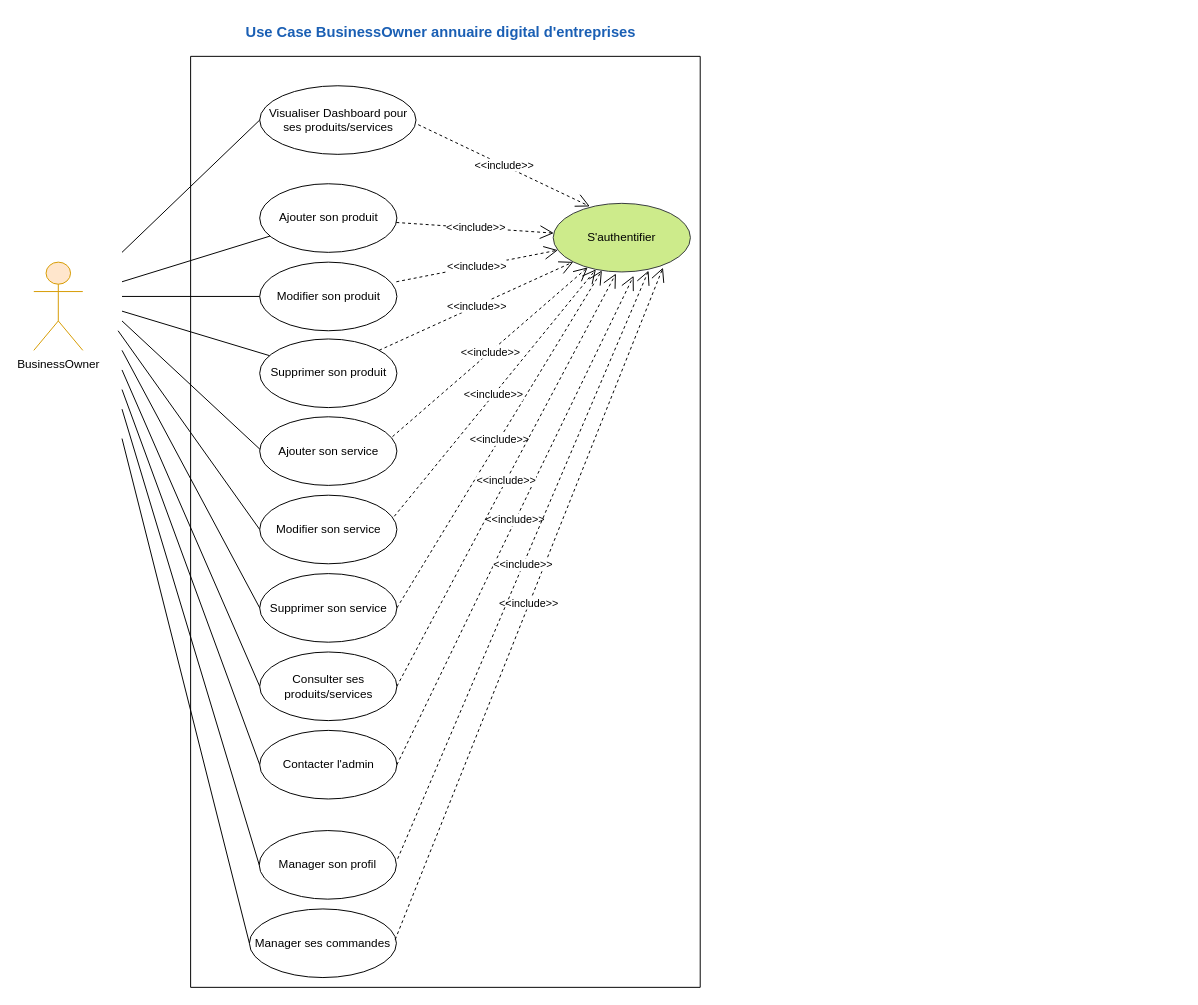
The draw.io diagram 3. UseCase_BusinessOwner.drawio in amine-elarass49/angular_doc, before the edit. Source tidied: cells renumbered, new cells numbered last; positions are measured from the earlier drawing's top-left corner, leaving out a move shared by most shapes. Both pictures are drawn from the tidied source at 98%, with x=0, y=0 at pixel (33, 17).
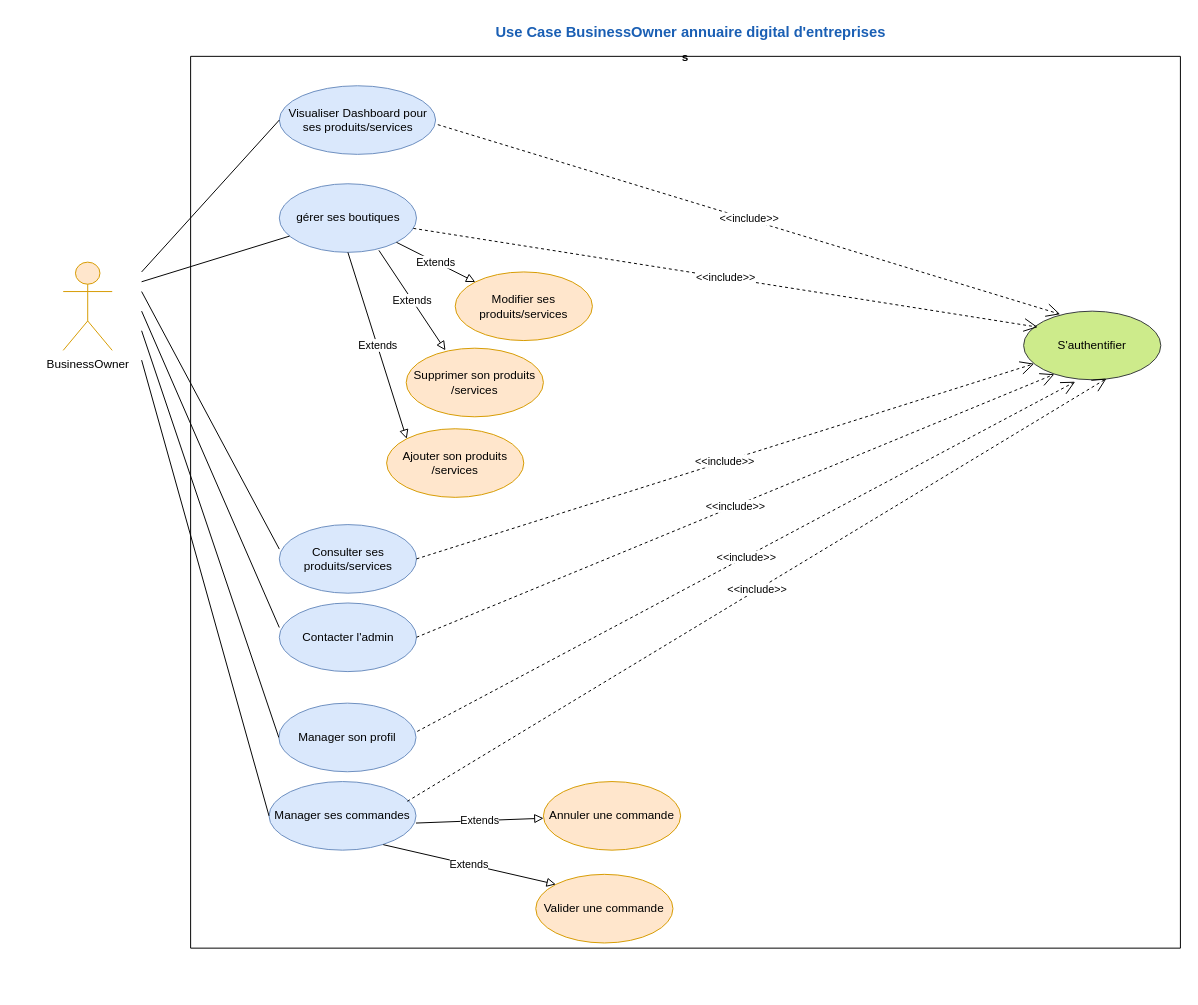
After the change.

Change to the diagram source:
```diff
@@
-    <mxCell id="2" style="swimlane;startSize=0;" parent="1" vertex="1">
-      <mxGeometry x="160" y="40" width="520" height="950" as="geometry" />
+    <mxCell id="2" value="s" style="swimlane;startSize=0;" parent="1" vertex="1">
+      <mxGeometry x="160" y="40" width="1010" height="910" as="geometry" />
     </mxCell>
-    <mxCell id="3" value="BusinessOwner" style="shape=umlActor;verticalLabelPosition=bottom;verticalAlign=top;html=1;fillColor=#ffe6cc;strokeColor=#d79b00;" parent="2" vertex="1">
-      <mxGeometry x="-160" y="210" width="50" height="90" as="geometry" />
-    </mxCell>
     <mxCell id="4" value="S'authentifier" style="ellipse;whiteSpace=wrap;html=1;fillColor=#cdeb8b;strokeColor=#36393d;" parent="2" vertex="1">
-      <mxGeometry x="370" y="150" width="140" height="70" as="geometry" />
+      <mxGeometry x="850" y="260" width="140" height="70" as="geometry" />
     </mxCell>
-    <mxCell id="5" value="&amp;lt;&amp;lt;include&amp;gt;&amp;gt;" style="endArrow=open;endSize=12;dashed=1;html=1;rounded=0;exitX=1;exitY=0.5;exitDx=0;exitDy=0;" parent="2" edge="1" source="13" target="4">
-      <mxGeometry relative="1" as="geometry" />
-    </mxCell>
-    <mxCell id="6" value="&amp;lt;&amp;lt;include&amp;gt;&amp;gt;" style="endArrow=open;endSize=12;dashed=1;html=1;rounded=0;exitX=0.954;exitY=0.374;exitDx=0;exitDy=0;exitPerimeter=0;" parent="2" edge="1" source="12" target="4">
-      <mxGeometry relative="1" as="geometry" />
-    </mxCell>
-    <mxCell id="7" value="&amp;lt;&amp;lt;include&amp;gt;&amp;gt;" style="endArrow=open;endSize=12;dashed=1;html=1;rounded=0;exitX=0.968;exitY=0.289;exitDx=0;exitDy=0;exitPerimeter=0;" parent="2" edge="1" source="11" target="4">
-      <mxGeometry relative="1" as="geometry" />
-    </mxCell>
-    <mxCell id="8" value="Ajouter son produit" style="ellipse;whiteSpace=wrap;html=1;" parent="2" vertex="1">
-      <mxGeometry x="70.5" y="130" width="140" height="70" as="geometry" />
+    <mxCell id="8" value="gérer ses boutiques" style="ellipse;whiteSpace=wrap;html=1;fillColor=#dae8fc;strokeColor=#6c8ebf;" parent="2" vertex="1">
+      <mxGeometry x="90.5" y="130" width="140" height="70" as="geometry" />
     </mxCell>
-    <mxCell id="9" value="Modifier son produit" style="ellipse;whiteSpace=wrap;html=1;" parent="2" vertex="1">
-      <mxGeometry x="70.5" y="210" width="140" height="70" as="geometry" />
+    <mxCell id="9" value="Modifier ses produits/services" style="ellipse;whiteSpace=wrap;html=1;fillColor=#ffe6cc;strokeColor=#d79b00;" parent="2" vertex="1">
+      <mxGeometry x="270" y="220" width="140" height="70" as="geometry" />
     </mxCell>
-    <mxCell id="10" value="&lt;div&gt;Supprimer son produit&lt;/div&gt;" style="ellipse;whiteSpace=wrap;html=1;" parent="2" vertex="1">
-      <mxGeometry x="70.5" y="288.4" width="140" height="70" as="geometry" />
+    <mxCell id="10" value="&lt;div&gt;Supprimer son produits&lt;/div&gt;/services" style="ellipse;whiteSpace=wrap;html=1;fillColor=#ffe6cc;strokeColor=#d79b00;" parent="2" vertex="1">
+      <mxGeometry x="220" y="297.8" width="140" height="70" as="geometry" />
     </mxCell>
-    <mxCell id="11" value="Ajouter&amp;nbsp;son service" style="ellipse;whiteSpace=wrap;html=1;" parent="2" vertex="1">
-      <mxGeometry x="70.5" y="367.8" width="140" height="70" as="geometry" />
-    </mxCell>
-    <mxCell id="12" value="Modifier son service" style="ellipse;whiteSpace=wrap;html=1;" parent="2" vertex="1">
-      <mxGeometry x="70.5" y="447.8" width="140" height="70" as="geometry" />
-    </mxCell>
-    <mxCell id="13" value="Supprimer son service" style="ellipse;whiteSpace=wrap;html=1;" parent="2" vertex="1">
-      <mxGeometry x="70.5" y="527.8" width="140" height="70" as="geometry" />
-    </mxCell>
-    <mxCell id="14" value="Consulter ses produits/services" style="ellipse;whiteSpace=wrap;html=1;" parent="2" vertex="1">
-      <mxGeometry x="70.5" y="607.8" width="140" height="70" as="geometry" />
+    <mxCell id="14" value="Consulter ses produits/services" style="ellipse;whiteSpace=wrap;html=1;fillColor=#dae8fc;strokeColor=#6c8ebf;" parent="2" vertex="1">
+      <mxGeometry x="90.5" y="477.8" width="140" height="70" as="geometry" />
     </mxCell>
-    <mxCell id="15" value="Contacter l'admin" style="ellipse;whiteSpace=wrap;html=1;" parent="2" vertex="1">
-      <mxGeometry x="70.5" y="687.8" width="140" height="70" as="geometry" />
+    <mxCell id="15" value="Contacter l'admin" style="ellipse;whiteSpace=wrap;html=1;fillColor=#dae8fc;strokeColor=#6c8ebf;" parent="2" vertex="1">
+      <mxGeometry x="90.5" y="557.8" width="140" height="70" as="geometry" />
     </mxCell>
     <mxCell id="16" style="endArrow=none;html=1;rounded=0;entryX=0;entryY=0.5;entryDx=0;entryDy=0;" parent="2" edge="1">
       <mxGeometry relative="1" as="geometry">
-        <mxPoint x="-70" y="320" as="sourcePoint" />
-        <mxPoint x="70.5" y="642.8" as="targetPoint" />
+        <mxPoint x="-50" y="240" as="sourcePoint" />
+        <mxPoint x="90.5" y="502.8" as="targetPoint" />
       </mxGeometry>
     </mxCell>
     <mxCell id="17" style="endArrow=none;html=1;rounded=0;entryX=0;entryY=0.5;entryDx=0;entryDy=0;" parent="2" edge="1">
       <mxGeometry relative="1" as="geometry">
-        <mxPoint x="-70" y="340" as="sourcePoint" />
-        <mxPoint x="70.5" y="722.8" as="targetPoint" />
+        <mxPoint x="-50" y="260" as="sourcePoint" />
+        <mxPoint x="90.5" y="582.8" as="targetPoint" />
       </mxGeometry>
     </mxCell>
-    <mxCell id="18" style="endArrow=none;html=1;rounded=0;entryX=0;entryY=0.5;entryDx=0;entryDy=0;" parent="2" edge="1">
-      <mxGeometry relative="1" as="geometry">
-        <mxPoint x="-74" y="280" as="sourcePoint" />
-        <mxPoint x="70.5" y="482.8" as="targetPoint" />
-      </mxGeometry>
-    </mxCell>
-    <mxCell id="19" style="endArrow=none;html=1;rounded=0;entryX=0;entryY=0.5;entryDx=0;entryDy=0;" parent="2" edge="1">
-      <mxGeometry relative="1" as="geometry">
-        <mxPoint x="-70" y="300" as="sourcePoint" />
-        <mxPoint x="70.5" y="562.8" as="targetPoint" />
-      </mxGeometry>
-    </mxCell>
-    <mxCell id="20" style="endArrow=none;html=1;rounded=0;" parent="2" edge="1">
-      <mxGeometry relative="1" as="geometry">
-        <mxPoint x="-70" y="270" as="sourcePoint" />
-        <mxPoint x="70.7" y="400.9" as="targetPoint" />
-      </mxGeometry>
-    </mxCell>
-    <mxCell id="21" style="endArrow=none;html=1;rounded=0;" parent="2" edge="1" target="10">
-      <mxGeometry relative="1" as="geometry">
-        <mxPoint x="-70" y="260" as="sourcePoint" />
-      </mxGeometry>
-    </mxCell>
-    <mxCell id="22" value="&amp;lt;&amp;lt;include&amp;gt;&amp;gt;" style="endArrow=open;endSize=12;dashed=1;html=1;rounded=0;entryX=0;entryY=1;entryDx=0;entryDy=0;" parent="2" edge="1" source="10" target="4">
-      <mxGeometry relative="1" as="geometry" />
-    </mxCell>
-    <mxCell id="23" value="&amp;lt;&amp;lt;include&amp;gt;&amp;gt;" style="endArrow=open;endSize=12;dashed=1;html=1;rounded=0;exitX=0.996;exitY=0.286;exitDx=0;exitDy=0;exitPerimeter=0;" parent="2" edge="1" source="9" target="4">
-      <mxGeometry relative="1" as="geometry" />
-    </mxCell>
-    <mxCell id="24" value="&amp;lt;&amp;lt;include&amp;gt;&amp;gt;" style="endArrow=open;endSize=12;dashed=1;html=1;rounded=0;" parent="2" edge="1" source="8" target="4">
+    <mxCell id="24" value="&amp;lt;&amp;lt;include&amp;gt;&amp;gt;" style="endArrow=open;endSize=12;dashed=1;html=1;rounded=0;entryX=0.103;entryY=0.233;entryDx=0;entryDy=0;entryPerimeter=0;" parent="2" edge="1" source="8" target="4">
       <mxGeometry relative="1" as="geometry" />
     </mxCell>
-    <mxCell id="25" value="&amp;lt;&amp;lt;include&amp;gt;&amp;gt;" style="endArrow=open;endSize=12;dashed=1;html=1;rounded=0;exitX=1;exitY=0.5;exitDx=0;exitDy=0;entryX=0.586;entryY=1.057;entryDx=0;entryDy=0;entryPerimeter=0;" parent="2" edge="1" source="15" target="4">
+    <mxCell id="25" value="&amp;lt;&amp;lt;include&amp;gt;&amp;gt;" style="endArrow=open;endSize=12;dashed=1;html=1;rounded=0;exitX=1;exitY=0.5;exitDx=0;exitDy=0;entryX=0.224;entryY=0.92;entryDx=0;entryDy=0;entryPerimeter=0;" parent="2" edge="1" source="15" target="4">
       <mxGeometry relative="1" as="geometry" />
     </mxCell>
     <mxCell id="26" style="endArrow=none;html=1;rounded=0;" parent="2" edge="1" target="8">
       <mxGeometry relative="1" as="geometry">
-        <mxPoint x="-70" y="230" as="sourcePoint" />
+        <mxPoint x="-50" y="230" as="sourcePoint" />
       </mxGeometry>
     </mxCell>
-    <mxCell id="27" style="endArrow=none;html=1;rounded=0;" parent="2" edge="1" target="9">
-      <mxGeometry relative="1" as="geometry">
-        <mxPoint x="-70" y="245" as="sourcePoint" />
-      </mxGeometry>
-    </mxCell>
-    <mxCell id="28" value="&amp;lt;&amp;lt;include&amp;gt;&amp;gt;" style="endArrow=open;endSize=12;dashed=1;html=1;rounded=0;exitX=1;exitY=0.5;exitDx=0;exitDy=0;entryX=0.457;entryY=1.024;entryDx=0;entryDy=0;entryPerimeter=0;" parent="2" edge="1" source="14" target="4">
+    <mxCell id="28" value="&amp;lt;&amp;lt;include&amp;gt;&amp;gt;" style="endArrow=open;endSize=12;dashed=1;html=1;rounded=0;exitX=1;exitY=0.5;exitDx=0;exitDy=0;" parent="2" edge="1" source="14" target="4">
       <mxGeometry relative="1" as="geometry" />
     </mxCell>
-    <mxCell id="29" value="Manager son profil" style="ellipse;whiteSpace=wrap;html=1;" parent="2" vertex="1">
-      <mxGeometry x="70" y="790" width="140" height="70" as="geometry" />
+    <mxCell id="29" value="Manager son profil" style="ellipse;whiteSpace=wrap;html=1;fillColor=#dae8fc;strokeColor=#6c8ebf;" parent="2" vertex="1">
+      <mxGeometry x="90" y="660" width="140" height="70" as="geometry" />
     </mxCell>
     <mxCell id="30" style="endArrow=none;html=1;rounded=0;entryX=0;entryY=0.5;entryDx=0;entryDy=0;" parent="2" edge="1" target="29">
       <mxGeometry relative="1" as="geometry">
-        <mxPoint x="-70" y="360" as="sourcePoint" />
+        <mxPoint x="-50" y="280" as="sourcePoint" />
       </mxGeometry>
     </mxCell>
-    <mxCell id="31" value="Manager ses commandes" style="ellipse;whiteSpace=wrap;html=1;" parent="2" vertex="1">
-      <mxGeometry x="60" y="870" width="150" height="70" as="geometry" />
+    <mxCell id="31" value="Manager ses commandes" style="ellipse;whiteSpace=wrap;html=1;fillColor=#dae8fc;strokeColor=#6c8ebf;" parent="2" vertex="1">
+      <mxGeometry x="80" y="740" width="150" height="70" as="geometry" />
     </mxCell>
-    <mxCell id="32" value="&amp;lt;&amp;lt;include&amp;gt;&amp;gt;" style="endArrow=open;endSize=12;dashed=1;html=1;rounded=0;exitX=0.992;exitY=0.446;exitDx=0;exitDy=0;exitPerimeter=0;entryX=0.8;entryY=0.938;entryDx=0;entryDy=0;entryPerimeter=0;" parent="2" edge="1" source="31" target="4">
+    <mxCell id="32" value="&amp;lt;&amp;lt;include&amp;gt;&amp;gt;" style="endArrow=open;endSize=12;dashed=1;html=1;rounded=0;exitX=0.941;exitY=0.288;exitDx=0;exitDy=0;exitPerimeter=0;entryX=0.604;entryY=0.983;entryDx=0;entryDy=0;entryPerimeter=0;" parent="2" edge="1" source="31" target="4">
       <mxGeometry relative="1" as="geometry" />
     </mxCell>
-    <mxCell id="33" value="&amp;lt;&amp;lt;include&amp;gt;&amp;gt;" style="endArrow=open;endSize=12;dashed=1;html=1;rounded=0;exitX=1.009;exitY=0.412;exitDx=0;exitDy=0;exitPerimeter=0;entryX=0.695;entryY=0.981;entryDx=0;entryDy=0;entryPerimeter=0;" parent="2" edge="1" source="29" target="4">
+    <mxCell id="33" value="&amp;lt;&amp;lt;include&amp;gt;&amp;gt;" style="endArrow=open;endSize=12;dashed=1;html=1;rounded=0;exitX=1.009;exitY=0.412;exitDx=0;exitDy=0;exitPerimeter=0;entryX=0.376;entryY=1.029;entryDx=0;entryDy=0;entryPerimeter=0;" parent="2" edge="1" source="29" target="4">
       <mxGeometry relative="1" as="geometry" />
     </mxCell>
     <mxCell id="34" style="endArrow=none;html=1;rounded=0;entryX=0;entryY=0.5;entryDx=0;entryDy=0;" parent="2" edge="1" target="31">
       <mxGeometry relative="1" as="geometry">
-        <mxPoint x="-70" y="390" as="sourcePoint" />
+        <mxPoint x="-50" y="310" as="sourcePoint" />
       </mxGeometry>
     </mxCell>
-    <mxCell id="35" value="Visualiser Dashboard pour ses produits/services" style="ellipse;whiteSpace=wrap;html=1;" parent="2" vertex="1">
-      <mxGeometry x="70.5" y="30" width="159.5" height="70" as="geometry" />
+    <mxCell id="35" value="Visualiser Dashboard pour ses produits/services" style="ellipse;whiteSpace=wrap;html=1;fillColor=#dae8fc;strokeColor=#6c8ebf;" parent="2" vertex="1">
+      <mxGeometry x="90.5" y="30" width="159.5" height="70" as="geometry" />
     </mxCell>
     <mxCell id="36" style="endArrow=none;html=1;rounded=0;entryX=0;entryY=0.5;entryDx=0;entryDy=0;" parent="2" edge="1" target="35">
       <mxGeometry relative="1" as="geometry">
-        <mxPoint x="-70" y="200" as="sourcePoint" />
+        <mxPoint x="-50" y="220" as="sourcePoint" />
       </mxGeometry>
     </mxCell>
@@
+    <mxCell id="39" value="Extends" style="endArrow=block;endSize=7;endFill=0;html=1;rounded=0;entryX=0;entryY=0;entryDx=0;entryDy=0;" parent="2" edge="1" source="8" target="9">
+      <mxGeometry relative="1" as="geometry" />
+    </mxCell>
+    <mxCell id="40" value="Extends" style="endArrow=block;endSize=7;endFill=0;html=1;rounded=0;entryX=0.286;entryY=0.031;entryDx=0;entryDy=0;entryPerimeter=0;exitX=0.726;exitY=0.971;exitDx=0;exitDy=0;exitPerimeter=0;" parent="2" edge="1" source="8" target="10">
+      <mxGeometry relative="1" as="geometry" />
+    </mxCell>
+    <mxCell id="41" value="&lt;div&gt;Ajouter son produits&lt;/div&gt;/services" style="ellipse;whiteSpace=wrap;html=1;fillColor=#ffe6cc;strokeColor=#d79b00;" parent="2" vertex="1">
+      <mxGeometry x="200" y="380" width="140" height="70" as="geometry" />
+    </mxCell>
+    <mxCell id="42" value="Extends" style="endArrow=block;endSize=7;endFill=0;html=1;rounded=0;entryX=0;entryY=0;entryDx=0;entryDy=0;exitX=0.5;exitY=1;exitDx=0;exitDy=0;" parent="2" edge="1" source="8" target="41">
+      <mxGeometry relative="1" as="geometry" />
+    </mxCell>
+    <mxCell id="43" value="&lt;div&gt;Valider une commande&lt;/div&gt;" style="ellipse;whiteSpace=wrap;html=1;fillColor=#ffe6cc;strokeColor=#d79b00;" parent="2" vertex="1">
+      <mxGeometry x="352.2" y="834.7" width="140" height="70" as="geometry" />
+    </mxCell>
+    <mxCell id="44" value="Extends" style="endArrow=block;endSize=7;endFill=0;html=1;rounded=0;entryX=0;entryY=0;entryDx=0;entryDy=0;exitX=0.777;exitY=0.92;exitDx=0;exitDy=0;exitPerimeter=0;" parent="2" edge="1" source="31" target="43">
+      <mxGeometry relative="1" as="geometry" />
+    </mxCell>
+    <mxCell id="45" value="&lt;div&gt;Annuler une commande&lt;/div&gt;" style="ellipse;whiteSpace=wrap;html=1;fillColor=#ffe6cc;strokeColor=#d79b00;" parent="2" vertex="1">
+      <mxGeometry x="360" y="740" width="140" height="70" as="geometry" />
+    </mxCell>
+    <mxCell id="46" value="Extends" style="endArrow=block;endSize=7;endFill=0;html=1;rounded=0;exitX=1;exitY=0.605;exitDx=0;exitDy=0;exitPerimeter=0;" parent="2" edge="1" source="31" target="45">
+      <mxGeometry relative="1" as="geometry" />
+    </mxCell>
-    <mxCell id="38" value="&lt;b&gt;&lt;font style=&quot;font-size: 15px;&quot; color=&quot;#1a5fb4&quot;&gt;Use Case BusinessOwner annuaire digital d'entreprises&lt;/font&gt;&lt;/b&gt;" style="text;html=1;align=center;verticalAlign=middle;strokeColor=none;fillColor=none;" parent="1" vertex="1">
-      <mxGeometry x="205" width="420" height="30" as="geometry" />
+    <mxCell id="38" value="&lt;b&gt;&lt;font style=&quot;font-size: 15px;&quot; color=&quot;#1a5fb4&quot;&gt;Use Case BusinessOwner annuaire digital d'entreprises&lt;/font&gt;&lt;/b&gt;" style="text;html=1;align=center;verticalAlign=middle;strokeColor=none;fillColor=none;" parent="2" vertex="1">
+      <mxGeometry x="300" y="-40" width="420" height="30" as="geometry" />
     </mxCell>
+    <mxCell id="3" value="BusinessOwner" style="shape=umlActor;verticalLabelPosition=bottom;verticalAlign=top;html=1;fillColor=#ffe6cc;strokeColor=#d79b00;" parent="2" vertex="1">
+      <mxGeometry x="-130" y="210" width="50" height="90" as="geometry" />
+    </mxCell>
```
